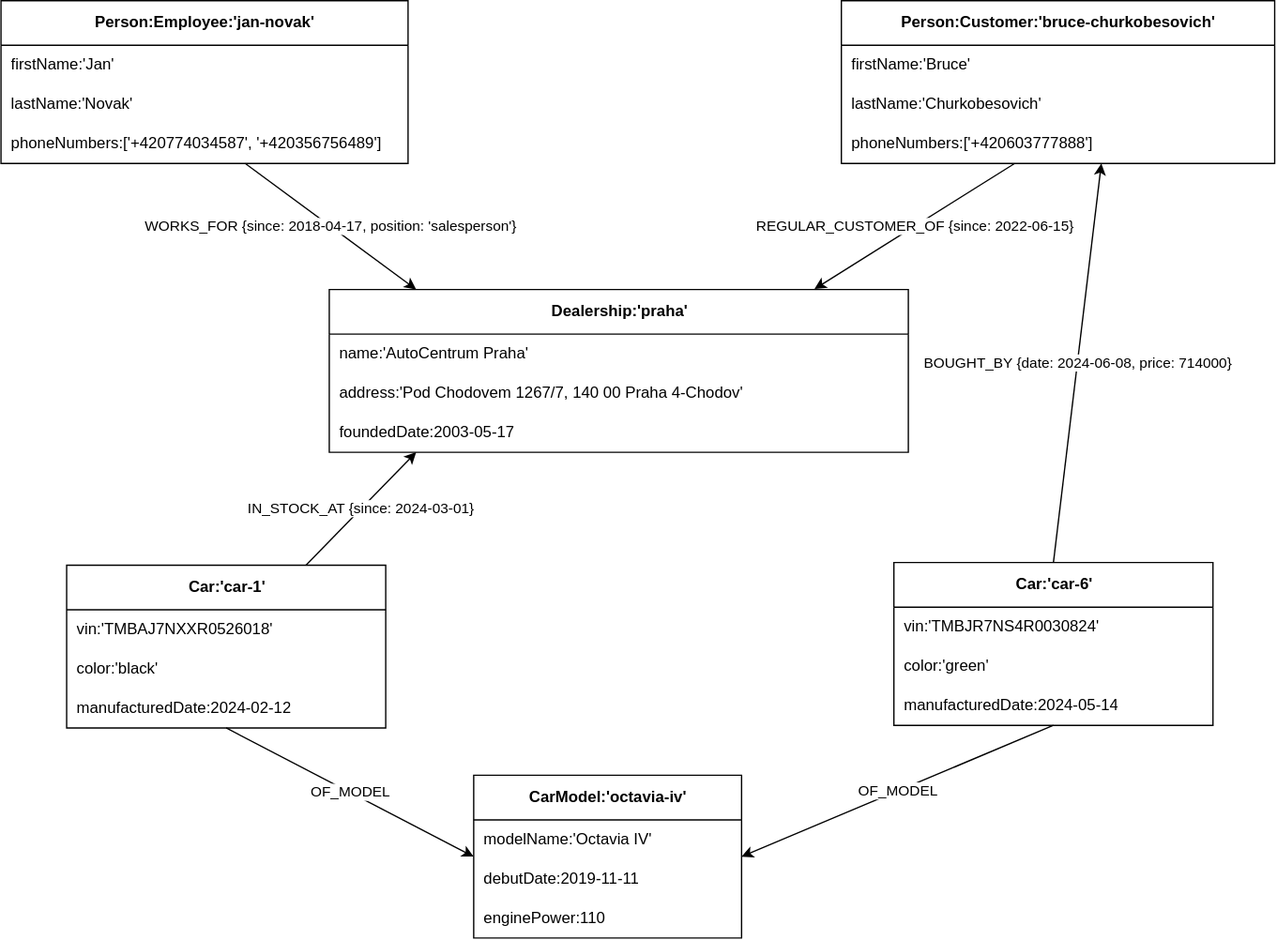
Above: hw2/lpg/model/example.svg in wdopen-nk/data-formats-hws (draw.io), before the change. Source tidied: cells renumbered, new cells last; positions are measured from the earlier drawing's top-left corner, leaving out a move shared by most shapes.
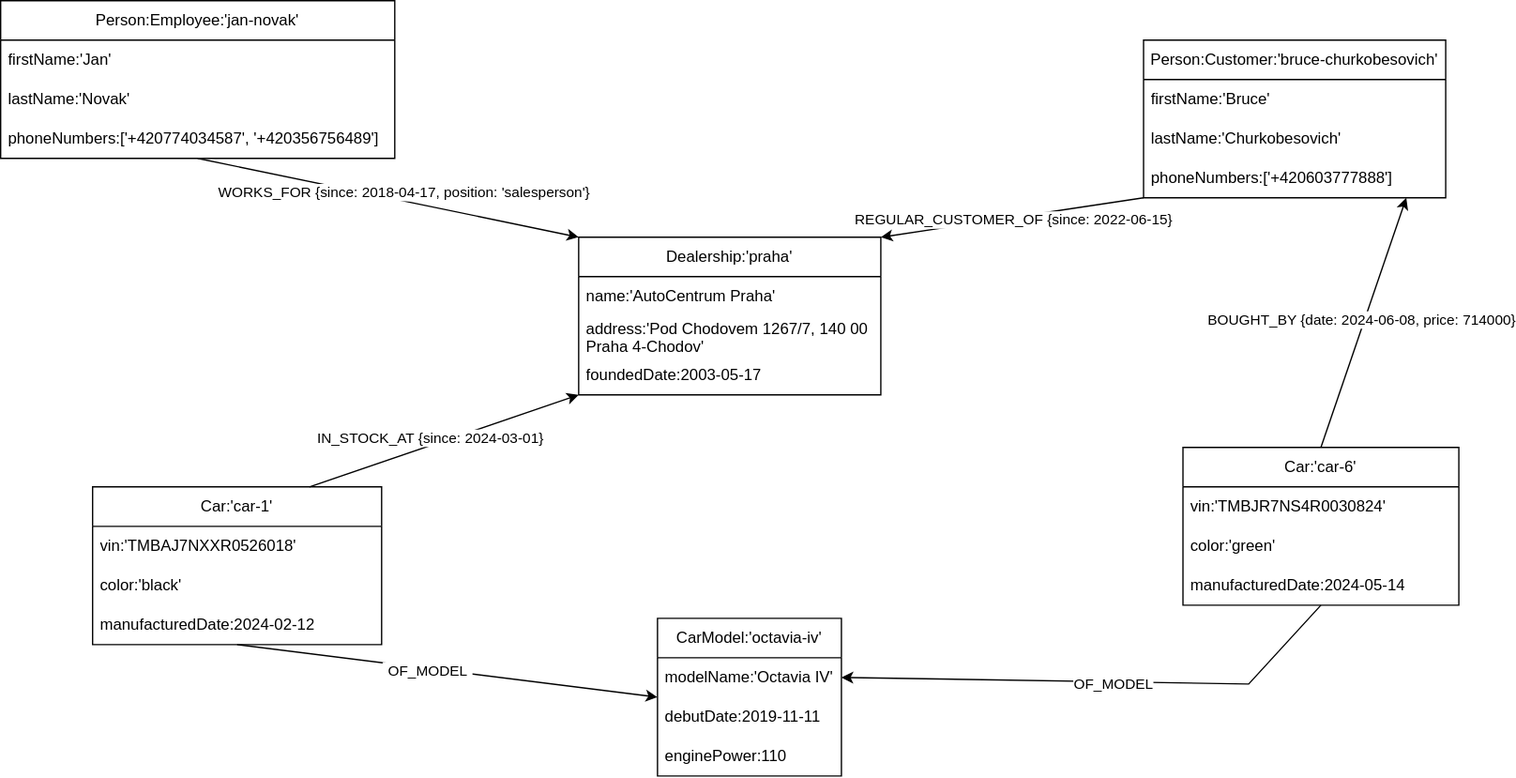
Later version of the same file.

What changed in the source:
```diff
@@ -2,95 +2,127 @@
   <root>
     <mxCell id="0" />
     <mxCell id="1" parent="0" />
+    <mxCell id="10" value="Dealership:'praha'" style="swimlane;fontStyle=0;horizontal=1;startSize=30;whiteSpace=wrap;html=1;" parent="1" vertex="1">
+      <mxGeometry x="20" y="90" width="230" height="120" as="geometry" />
+    </mxCell>
+    <mxCell id="11" value="name:'AutoCentrum Praha'" style="text;strokeColor=none;fillColor=none;align=left;verticalAlign=middle;spacingLeft=4;spacingRight=4;overflow=hidden;whiteSpace=wrap;html=1;" parent="10" vertex="1">
+      <mxGeometry y="30" width="230" height="30" as="geometry" />
+    </mxCell>
+    <mxCell id="12" value="address:'Pod Chodovem 1267/7, 140 00 Praha 4-Chodov'" style="text;strokeColor=none;fillColor=none;align=left;verticalAlign=middle;spacingLeft=4;spacingRight=4;overflow=hidden;whiteSpace=wrap;html=1;" parent="10" vertex="1">
+      <mxGeometry y="60" width="230" height="30" as="geometry" />
+    </mxCell>
+    <mxCell id="13" value="foundedDate:2003-05-17" style="text;strokeColor=none;fillColor=none;align=left;verticalAlign=middle;spacingLeft=4;spacingRight=4;overflow=hidden;whiteSpace=wrap;html=1;" parent="10" vertex="1">
+      <mxGeometry y="90" width="230" height="30" as="geometry" />
+    </mxCell>
+    <mxCell id="14" value="Car:'car-1'" style="swimlane;fontStyle=0;horizontal=1;startSize=30;whiteSpace=wrap;html=1;" parent="1" vertex="1">
+      <mxGeometry x="-350" y="280" width="220" height="120" as="geometry" />
+    </mxCell>
+    <mxCell id="15" value="vin:'TMBAJ7NXXR0526018'" style="text;strokeColor=none;fillColor=none;align=left;verticalAlign=middle;spacingLeft=4;spacingRight=4;overflow=hidden;whiteSpace=wrap;html=1;" parent="14" vertex="1">
+      <mxGeometry y="30" width="220" height="30" as="geometry" />
+    </mxCell>
+    <mxCell id="16" value="color:'black'" style="text;strokeColor=none;fillColor=none;align=left;verticalAlign=middle;spacingLeft=4;spacingRight=4;overflow=hidden;whiteSpace=wrap;html=1;" parent="14" vertex="1">
+      <mxGeometry y="60" width="220" height="30" as="geometry" />
+    </mxCell>
+    <mxCell id="17" value="manufacturedDate:2024-02-12" style="text;strokeColor=none;fillColor=none;align=left;verticalAlign=middle;spacingLeft=4;spacingRight=4;overflow=hidden;whiteSpace=wrap;html=1;" parent="14" vertex="1">
+      <mxGeometry y="90" width="220" height="30" as="geometry" />
+    </mxCell>
-    <mxCell id="2" value="Person:Employee:'jan-novak'" style="swimlane;fontStyle=1;horizontal=1;startSize=34;html=1;" parent="1" vertex="1">
-      <mxGeometry width="310" height="124" as="geometry" />
+    <mxCell id="2" value="Person:Employee:'jan-novak'" style="swimlane;fontStyle=0;horizontal=1;startSize=30;whiteSpace=wrap;html=1;" parent="1" vertex="1">
+      <mxGeometry x="-420" y="-90" width="300" height="120" as="geometry" />
     </mxCell>
-    <mxCell id="3" value="firstName:'Jan'" style="text;strokeColor=none;fillColor=none;align=left;verticalAlign=middle;spacingLeft=6;spacingRight=4;overflow=hidden;html=1;" parent="2" vertex="1">
-      <mxGeometry y="34" width="310" height="30" as="geometry" />
+    <mxCell id="3" value="firstName:'Jan'" style="text;strokeColor=none;fillColor=none;align=left;verticalAlign=middle;spacingLeft=4;spacingRight=4;overflow=hidden;whiteSpace=wrap;html=1;" parent="2" vertex="1">
+      <mxGeometry y="30" width="300" height="30" as="geometry" />
     </mxCell>
-    <mxCell id="4" value="lastName:'Novak'" style="text;strokeColor=none;fillColor=none;align=left;verticalAlign=middle;spacingLeft=6;spacingRight=4;overflow=hidden;html=1;" parent="2" vertex="1">
-      <mxGeometry y="64" width="310" height="30" as="geometry" />
+    <mxCell id="4" value="lastName:'Novak'" style="text;strokeColor=none;fillColor=none;align=left;verticalAlign=middle;spacingLeft=4;spacingRight=4;overflow=hidden;whiteSpace=wrap;html=1;" parent="2" vertex="1">
+      <mxGeometry y="60" width="300" height="30" as="geometry" />
     </mxCell>
-    <mxCell id="5" value="phoneNumbers:['+420774034587', '+420356756489']" style="text;strokeColor=none;fillColor=none;align=left;verticalAlign=middle;spacingLeft=6;spacingRight=4;overflow=hidden;html=1;" parent="2" vertex="1">
-      <mxGeometry y="94" width="310" height="30" as="geometry" />
+    <mxCell id="5" value="phoneNumbers:['+420774034587', '+420356756489']" style="text;strokeColor=none;fillColor=none;align=left;verticalAlign=middle;spacingLeft=4;spacingRight=4;overflow=hidden;whiteSpace=wrap;html=1;" parent="2" vertex="1">
+      <mxGeometry y="90" width="300" height="30" as="geometry" />
     </mxCell>
-    <mxCell id="6" value="Person:Customer:'bruce-churkobesovich'" style="swimlane;fontStyle=1;horizontal=1;startSize=34;html=1;" parent="1" vertex="1">
-      <mxGeometry x="640" width="330" height="124" as="geometry" />
+    <mxCell id="6" value="Person:Customer:'bruce-churkobesovich'" style="swimlane;fontStyle=0;horizontal=1;startSize=30;whiteSpace=wrap;html=1;" parent="1" vertex="1">
+      <mxGeometry x="450" y="-60" width="230" height="120" as="geometry" />
     </mxCell>
-    <mxCell id="7" value="firstName:'Bruce'" style="text;strokeColor=none;fillColor=none;align=left;verticalAlign=middle;spacingLeft=6;spacingRight=4;overflow=hidden;html=1;" parent="6" vertex="1">
-      <mxGeometry y="34" width="330" height="30" as="geometry" />
+    <mxCell id="7" value="firstName:'Bruce'" style="text;strokeColor=none;fillColor=none;align=left;verticalAlign=middle;spacingLeft=4;spacingRight=4;overflow=hidden;whiteSpace=wrap;html=1;" parent="6" vertex="1">
+      <mxGeometry y="30" width="230" height="30" as="geometry" />
     </mxCell>
-    <mxCell id="8" value="lastName:'Churkobesovich'" style="text;strokeColor=none;fillColor=none;align=left;verticalAlign=middle;spacingLeft=6;spacingRight=4;overflow=hidden;html=1;" parent="6" vertex="1">
-      <mxGeometry y="64" width="330" height="30" as="geometry" />
+    <mxCell id="8" value="lastName:'Churkobesovich'" style="text;strokeColor=none;fillColor=none;align=left;verticalAlign=middle;spacingLeft=4;spacingRight=4;overflow=hidden;whiteSpace=wrap;html=1;" parent="6" vertex="1">
+      <mxGeometry y="60" width="230" height="30" as="geometry" />
     </mxCell>
-    <mxCell id="9" value="phoneNumbers:['+420603777888']" style="text;strokeColor=none;fillColor=none;align=left;verticalAlign=middle;spacingLeft=6;spacingRight=4;overflow=hidden;html=1;" parent="6" vertex="1">
-      <mxGeometry y="94" width="330" height="30" as="geometry" />
+    <mxCell id="9" value="phoneNumbers:['+420603777888']" style="text;strokeColor=none;fillColor=none;align=left;verticalAlign=middle;spacingLeft=4;spacingRight=4;overflow=hidden;whiteSpace=wrap;html=1;" parent="6" vertex="1">
+      <mxGeometry y="90" width="230" height="30" as="geometry" />
     </mxCell>
-    <mxCell id="10" value="Dealership:'praha'" style="swimlane;fontStyle=1;horizontal=1;startSize=34;html=1;" parent="1" vertex="1">
-      <mxGeometry x="250" y="220" width="441" height="124" as="geometry" />
-    </mxCell>
-    <mxCell id="11" value="name:'AutoCentrum Praha'" style="text;strokeColor=none;fillColor=none;align=left;verticalAlign=middle;spacingLeft=6;spacingRight=4;overflow=hidden;html=1;" parent="10" vertex="1">
-      <mxGeometry y="34" width="441" height="30" as="geometry" />
-    </mxCell>
-    <mxCell id="12" value="address:'Pod Chodovem 1267/7, 140 00 Praha 4-Chodov'" style="text;strokeColor=none;fillColor=none;align=left;verticalAlign=middle;spacingLeft=6;spacingRight=4;overflow=hidden;html=1;" parent="10" vertex="1">
-      <mxGeometry y="64" width="441" height="30" as="geometry" />
-    </mxCell>
-    <mxCell id="13" value="foundedDate:2003-05-17" style="text;strokeColor=none;fillColor=none;align=left;verticalAlign=middle;spacingLeft=6;spacingRight=4;overflow=hidden;html=1;" parent="10" vertex="1">
-      <mxGeometry y="94" width="441" height="30" as="geometry" />
-    </mxCell>
-    <mxCell id="14" value="Car:'car-1'" style="swimlane;fontStyle=1;horizontal=1;startSize=34;html=1;" parent="1" vertex="1">
-      <mxGeometry x="50" y="430" width="243" height="124" as="geometry" />
-    </mxCell>
-    <mxCell id="15" value="vin:'TMBAJ7NXXR0526018'" style="text;strokeColor=none;fillColor=none;align=left;verticalAlign=middle;spacingLeft=6;spacingRight=4;overflow=hidden;html=1;" parent="14" vertex="1">
-      <mxGeometry y="34" width="243" height="30" as="geometry" />
-    </mxCell>
-    <mxCell id="16" value="color:'black'" style="text;strokeColor=none;fillColor=none;align=left;verticalAlign=middle;spacingLeft=6;spacingRight=4;overflow=hidden;html=1;" parent="14" vertex="1">
-      <mxGeometry y="64" width="243" height="30" as="geometry" />
-    </mxCell>
-    <mxCell id="17" value="manufacturedDate:2024-02-12" style="text;strokeColor=none;fillColor=none;align=left;verticalAlign=middle;spacingLeft=6;spacingRight=4;overflow=hidden;html=1;" parent="14" vertex="1">
-      <mxGeometry y="94" width="243" height="30" as="geometry" />
-    </mxCell>
-    <mxCell id="18" value="Car:'car-6'" style="swimlane;fontStyle=1;horizontal=1;startSize=34;html=1;" parent="1" vertex="1">
-      <mxGeometry x="680" y="428" width="243" height="124" as="geometry" />
+    <mxCell id="18" value="Car:'car-6'" style="swimlane;fontStyle=0;horizontal=1;startSize=30;whiteSpace=wrap;html=1;" parent="1" vertex="1">
+      <mxGeometry x="480" y="250" width="210" height="120" as="geometry" />
     </mxCell>
-    <mxCell id="19" value="vin:'TMBJR7NS4R0030824'" style="text;strokeColor=none;fillColor=none;align=left;verticalAlign=middle;spacingLeft=6;spacingRight=4;overflow=hidden;html=1;" parent="18" vertex="1">
-      <mxGeometry y="34" width="243" height="30" as="geometry" />
+    <mxCell id="19" value="vin:'TMBJR7NS4R0030824'" style="text;strokeColor=none;fillColor=none;align=left;verticalAlign=middle;spacingLeft=4;spacingRight=4;overflow=hidden;whiteSpace=wrap;html=1;" parent="18" vertex="1">
+      <mxGeometry y="30" width="210" height="30" as="geometry" />
     </mxCell>
-    <mxCell id="20" value="color:'green'" style="text;strokeColor=none;fillColor=none;align=left;verticalAlign=middle;spacingLeft=6;spacingRight=4;overflow=hidden;html=1;" parent="18" vertex="1">
-      <mxGeometry y="64" width="243" height="30" as="geometry" />
+    <mxCell id="20" value="color:'green'" style="text;strokeColor=none;fillColor=none;align=left;verticalAlign=middle;spacingLeft=4;spacingRight=4;overflow=hidden;whiteSpace=wrap;html=1;" parent="18" vertex="1">
+      <mxGeometry y="60" width="210" height="30" as="geometry" />
     </mxCell>
-    <mxCell id="21" value="manufacturedDate:2024-05-14" style="text;strokeColor=none;fillColor=none;align=left;verticalAlign=middle;spacingLeft=6;spacingRight=4;overflow=hidden;html=1;" parent="18" vertex="1">
-      <mxGeometry y="94" width="243" height="30" as="geometry" />
+    <mxCell id="21" value="manufacturedDate:2024-05-14" style="text;strokeColor=none;fillColor=none;align=left;verticalAlign=middle;spacingLeft=4;spacingRight=4;overflow=hidden;whiteSpace=wrap;html=1;" parent="18" vertex="1">
+      <mxGeometry y="90" width="210" height="30" as="geometry" />
     </mxCell>
-    <mxCell id="22" value="CarModel:'octavia-iv'" style="swimlane;fontStyle=1;horizontal=1;startSize=34;html=1;" parent="1" vertex="1">
-      <mxGeometry x="360" y="590" width="204" height="124" as="geometry" />
+    <mxCell id="22" value="CarModel:'octavia-iv'" style="swimlane;fontStyle=0;horizontal=1;startSize=30;whiteSpace=wrap;html=1;" parent="1" vertex="1">
+      <mxGeometry x="80" y="380" width="140" height="120" as="geometry" />
     </mxCell>
-    <mxCell id="23" value="modelName:'Octavia IV'" style="text;strokeColor=none;fillColor=none;align=left;verticalAlign=middle;spacingLeft=6;spacingRight=4;overflow=hidden;html=1;" parent="22" vertex="1">
-      <mxGeometry y="34" width="204" height="30" as="geometry" />
+    <mxCell id="23" value="modelName:'Octavia IV'" style="text;strokeColor=none;fillColor=none;align=left;verticalAlign=middle;spacingLeft=4;spacingRight=4;overflow=hidden;points=[[0,0.5],[1,0.5]];portConstraint=eastwest;whiteSpace=wrap;html=1;" parent="22" vertex="1">
+      <mxGeometry y="30" width="140" height="30" as="geometry" />
     </mxCell>
-    <mxCell id="24" value="debutDate:2019-11-11" style="text;strokeColor=none;fillColor=none;align=left;verticalAlign=middle;spacingLeft=6;spacingRight=4;overflow=hidden;html=1;" parent="22" vertex="1">
-      <mxGeometry y="64" width="204" height="30" as="geometry" />
+    <mxCell id="24" value="debutDate:2019-11-11" style="text;strokeColor=none;fillColor=none;align=left;verticalAlign=middle;spacingLeft=4;spacingRight=4;overflow=hidden;whiteSpace=wrap;html=1;" parent="22" vertex="1">
+      <mxGeometry y="60" width="140" height="30" as="geometry" />
     </mxCell>
-    <mxCell id="25" value="enginePower:110" style="text;strokeColor=none;fillColor=none;align=left;verticalAlign=middle;spacingLeft=6;spacingRight=4;overflow=hidden;html=1;" parent="22" vertex="1">
-      <mxGeometry y="94" width="204" height="30" as="geometry" />
+    <mxCell id="25" value="enginePower:110" style="text;strokeColor=none;fillColor=none;align=left;verticalAlign=middle;spacingLeft=4;spacingRight=4;overflow=hidden;whiteSpace=wrap;html=1;" parent="22" vertex="1">
+      <mxGeometry y="90" width="140" height="30" as="geometry" />
     </mxCell>
+    <mxCell id="32" style="endArrow=classic;html=1;rounded=0;labelBackgroundColor=default;exitX=0.5;exitY=1;exitDx=0;exitDy=0;entryX=1;entryY=0.5;entryDx=0;entryDy=0;" parent="1" edge="1" source="18" target="23">
+      <mxGeometry relative="1" as="geometry">
+        <Array as="points">
+          <mxPoint x="530" y="430" />
+        </Array>
+      </mxGeometry>
+    </mxCell>
+    <mxCell id="33" value="OF_MODEL" style="edgeLabel;html=1;align=center;verticalAlign=middle;inheritText=1;" parent="32" vertex="1">
+      <mxGeometry x="-0.05" relative="1" as="geometry">
+        <mxPoint y="1" as="offset" />
+      </mxGeometry>
+    </mxCell>
+    <mxCell id="30" style="endArrow=classic;html=1;rounded=0;defaultLabelBackgroundColor=page;labelPadding=0 4;exitX=0.5;exitY=1;exitDx=0;exitDy=0;entryX=0;entryY=0.5;entryDx=0;entryDy=0;" parent="1" edge="1" source="14" target="22">
+      <mxGeometry x="-0.24" relative="1" as="geometry">
+        <Array as="points">
+          <mxPoint x="80" y="440" />
+        </Array>
+      </mxGeometry>
+    </mxCell>
+    <mxCell id="34" value="OF_MODEL" style="edgeLabel;html=1;align=center;verticalAlign=middle;inheritText=1;defaultLabelBackgroundColor=page;labelPadding=0 4;" parent="30" vertex="1">
+      <mxGeometry x="-0.1" y="-2" relative="1" as="geometry">
+        <mxPoint y="-1" as="offset" />
+      </mxGeometry>
+    </mxCell>
+    <mxCell id="35" style="endArrow=classic;html=1;rounded=0;defaultLabelBackgroundColor=page;labelPadding=0 4;exitX=0.75;exitY=0;exitDx=0;exitDy=0;entryX=0;entryY=1;entryDx=0;entryDy=0;" parent="1" edge="1" source="14" target="10">
+      <mxGeometry relative="1" as="geometry" />
+    </mxCell>
+    <mxCell id="28" value="IN_STOCK_AT {since: 2024-03-01}" style="edgeLabel;html=1;align=center;verticalAlign=middle;inheritText=1;defaultLabelBackgroundColor=page;labelPadding=0 4;" parent="35" vertex="1">
+      <mxGeometry x="-0.08" y="6" relative="1" as="geometry" />
+    </mxCell>
+    <mxCell id="36" style="endArrow=classic;html=1;rounded=0;defaultLabelBackgroundColor=page;labelPadding=0 4;entryX=0;entryY=0;entryDx=0;entryDy=0;exitX=0.5;exitY=1;exitDx=0;exitDy=0;" parent="1" edge="1" source="2" target="10">
+      <mxGeometry relative="1" as="geometry" />
+    </mxCell>
-    <mxCell id="26" value="WORKS_FOR {since: 2018-04-17, position: 'salesperson'}" style="endArrow=classic;html=1;rounded=0;labelBackgroundColor=default;exitX=0.6;exitY=1;exitDx=0;exitDy=0;entryX=0.15;entryY=0;entryDx=0;entryDy=0;" parent="1" edge="1" source="2" target="10">
-      <mxGeometry relative="1" as="geometry" />
+    <mxCell id="26" value="WORKS_FOR {since: 2018-04-17, position: 'salesperson'}" style="edgeLabel;html=1;align=center;verticalAlign=middle;inheritText=1;defaultLabelBackgroundColor=page;labelPadding=0 4;" parent="36" vertex="1">
+      <mxGeometry x="0.07" y="7" relative="1" as="geometry" />
     </mxCell>
+    <mxCell id="37" style="endArrow=classic;html=1;rounded=0;defaultLabelBackgroundColor=page;labelPadding=0 4;exitX=0;exitY=1;exitDx=0;exitDy=0;entryX=1;entryY=0;entryDx=0;entryDy=0;" parent="1" edge="1" source="6" target="10">
+      <mxGeometry relative="1" as="geometry" />
+    </mxCell>
-    <mxCell id="27" value="REGULAR_CUSTOMER_OF {since: 2022-06-15}" style="endArrow=classic;html=1;rounded=0;labelBackgroundColor=default;exitX=0.4;exitY=1;exitDx=0;exitDy=0;entryX=0.838;entryY=-0.003;entryDx=0;entryDy=0;entryPerimeter=0;" parent="1" edge="1" source="6" target="10">
-      <mxGeometry relative="1" as="geometry" />
+    <mxCell id="27" value="REGULAR_CUSTOMER_OF {since: 2022-06-15}" style="edgeLabel;html=1;align=center;verticalAlign=middle;inheritText=1;defaultLabelBackgroundColor=page;labelPadding=0 4;" parent="37" vertex="1">
+      <mxGeometry y="2" relative="1" as="geometry" />
     </mxCell>
-    <mxCell id="28" value="IN_STOCK_AT {since: 2024-03-01}" style="endArrow=classic;html=1;rounded=0;labelBackgroundColor=default;exitX=0.75;exitY=0;exitDx=0;exitDy=0;entryX=0.15;entryY=1;entryDx=0;entryDy=0;" parent="1" edge="1" source="14" target="10">
-      <mxGeometry relative="1" as="geometry" />
-    </mxCell>
+    <mxCell id="38" style="endArrow=classic;html=1;rounded=0;defaultLabelBackgroundColor=page;labelPadding=0 4;exitX=0.5;exitY=0;exitDx=0;exitDy=0;" parent="1" edge="1" source="18">
+      <mxGeometry relative="1" as="geometry">
+        <mxPoint x="650" y="60" as="targetPoint" />
+      </mxGeometry>
+    </mxCell>
-    <mxCell id="29" value="BOUGHT_BY {date: 2024-06-08, price: 714000}" style="endArrow=classic;html=1;rounded=0;labelBackgroundColor=default;exitX=0.5;exitY=0;exitDx=0;exitDy=0;entryX=0.6;entryY=1;entryDx=0;entryDy=0;" parent="1" edge="1" source="18" target="6">
-      <mxGeometry relative="1" as="geometry" />
+    <mxCell id="29" value="BOUGHT_BY {date: 2024-06-08, price: 714000}" style="edgeLabel;html=1;align=center;verticalAlign=middle;inheritText=1;defaultLabelBackgroundColor=page;labelPadding=0 4;" parent="38" vertex="1">
+      <mxGeometry x="0.02" y="3" relative="1" as="geometry" />
     </mxCell>
-    <mxCell id="30" value="OF_MODEL" style="endArrow=classic;html=1;rounded=0;labelBackgroundColor=default;exitX=0.5;exitY=1;exitDx=0;exitDy=0;entryX=0;entryY=0.5;entryDx=0;entryDy=0;" parent="1" edge="1" source="14" target="22">
-      <mxGeometry relative="1" as="geometry" />
-    </mxCell>
-    <mxCell id="31" value="OF_MODEL" style="endArrow=classic;html=1;rounded=0;labelBackgroundColor=default;exitX=0.5;exitY=1;exitDx=0;exitDy=0;entryX=1;entryY=0.5;entryDx=0;entryDy=0;" parent="1" edge="1" source="18" target="22">
-      <mxGeometry relative="1" as="geometry" />
-    </mxCell>
   </root>
 </mxGraphModel>
```
